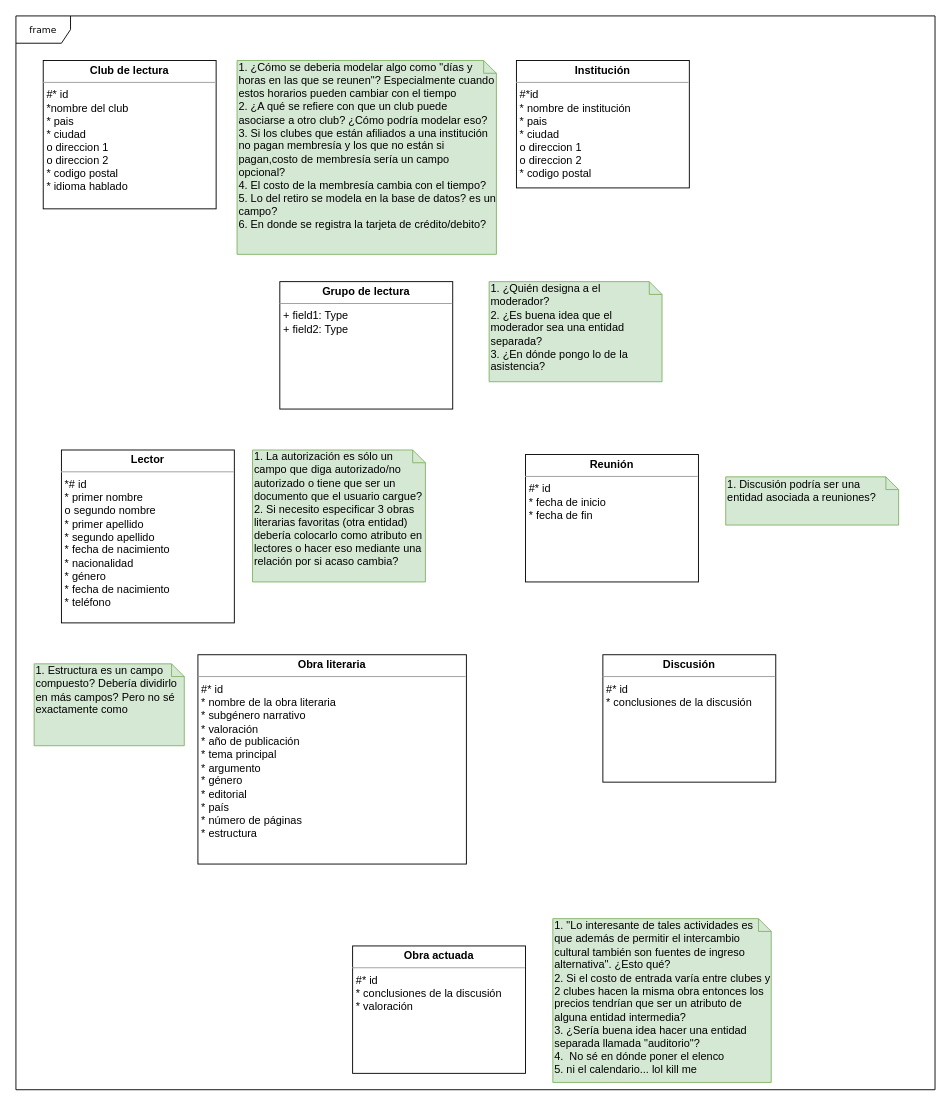
Earlier version of the draw.io diagram DB I/RC (Pseudo) Data structure.drawio (NeutronBlast/IS-Ex). Source tidied: cells renumbered, new cells numbered last; positions are measured from the earlier drawing's top-left corner, leaving out a move shared by most shapes. Both pictures are drawn from the tidied source at 91%, with x=0, y=0 at pixel (15, 15).
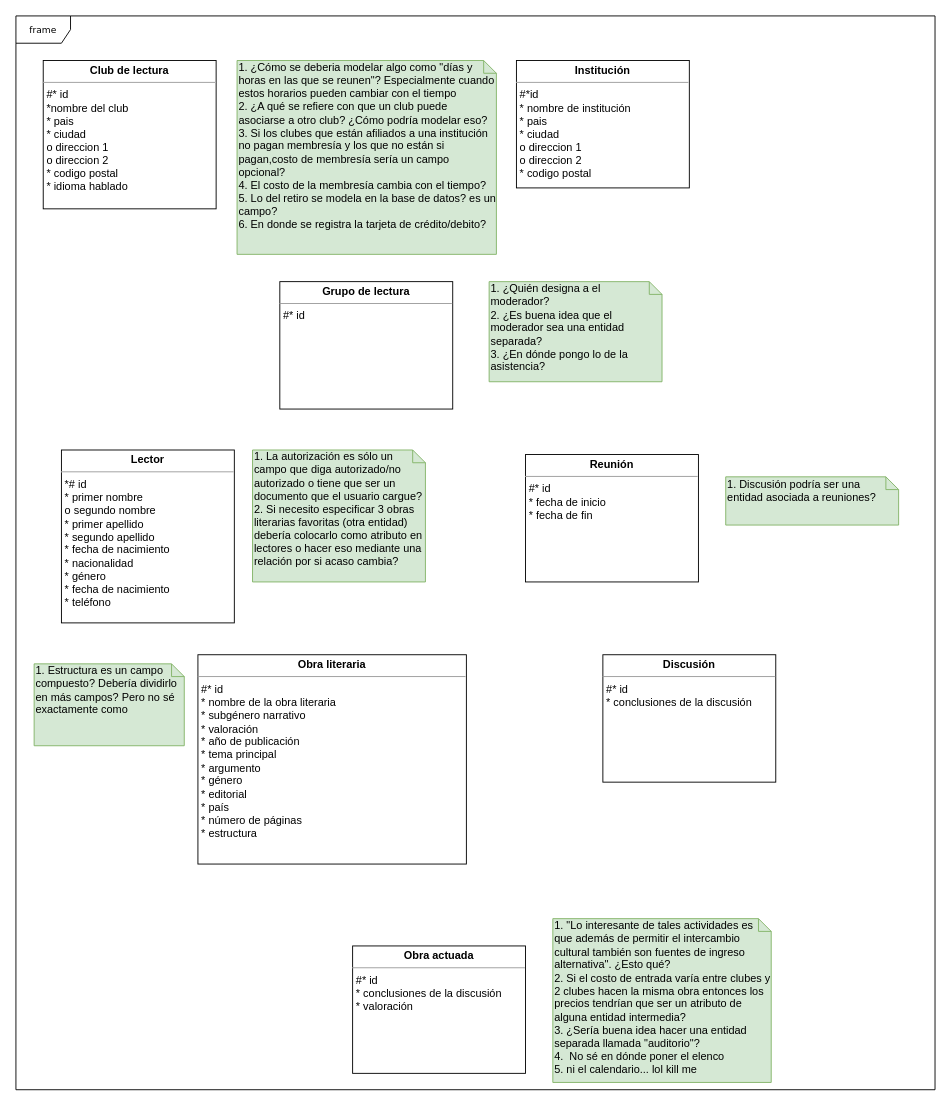
After the change.

Diff of the diagram source:
```diff
@@
 <mxGraphModel background="#ffffff">
   <root>
     <mxCell id="0" />
     <mxCell id="1" parent="0" />
     <mxCell id="2" value="frame" style="shape=umlFrame;whiteSpace=wrap;html=1;rounded=0;shadow=0;comic=0;labelBackgroundColor=none;strokeColor=#000000;strokeWidth=1;fillColor=#ffffff;fontFamily=Verdana;fontSize=10;fontColor=#000000;align=center;" parent="1" vertex="1">
       <mxGeometry width="1010" height="1180" as="geometry" />
     </mxCell>
     <mxCell id="3" value="&lt;p style=&quot;margin: 0px ; margin-top: 4px ; text-align: center&quot;&gt;&lt;b&gt;Obra literaria&lt;/b&gt;&lt;/p&gt;&lt;hr size=&quot;1&quot;&gt;&lt;p style=&quot;margin: 0px ; margin-left: 4px&quot;&gt;#* id&lt;/p&gt;&lt;p style=&quot;margin: 0px ; margin-left: 4px&quot;&gt;* nombre de la obra literaria&lt;/p&gt;&lt;p style=&quot;margin: 0px ; margin-left: 4px&quot;&gt;* subgénero narrativo&lt;/p&gt;&lt;p style=&quot;margin: 0px ; margin-left: 4px&quot;&gt;* valoración&lt;/p&gt;&lt;p style=&quot;margin: 0px ; margin-left: 4px&quot;&gt;* año de publicación&lt;/p&gt;&lt;p style=&quot;margin: 0px ; margin-left: 4px&quot;&gt;* tema principal&lt;/p&gt;&lt;p style=&quot;margin: 0px ; margin-left: 4px&quot;&gt;* argumento&lt;/p&gt;&lt;p style=&quot;margin: 0px ; margin-left: 4px&quot;&gt;* género&lt;/p&gt;&lt;p style=&quot;margin: 0px ; margin-left: 4px&quot;&gt;* editorial&lt;/p&gt;&lt;p style=&quot;margin: 0px ; margin-left: 4px&quot;&gt;* país&lt;/p&gt;&lt;p style=&quot;margin: 0px ; margin-left: 4px&quot;&gt;* número de páginas&lt;/p&gt;&lt;p style=&quot;margin: 0px ; margin-left: 4px&quot;&gt;* estructura&lt;/p&gt;" style="verticalAlign=top;align=left;overflow=fill;fontSize=12;fontFamily=Helvetica;html=1;rounded=0;shadow=0;comic=0;labelBackgroundColor=none;strokeColor=#000000;strokeWidth=1;fillColor=#ffffff;" parent="1" vertex="1">
       <mxGeometry x="200" y="702" width="295" height="230" as="geometry" />
     </mxCell>
     <mxCell id="4" value="&lt;p style=&quot;margin: 0px ; margin-top: 4px ; text-align: center&quot;&gt;&lt;b&gt;Institución&lt;/b&gt;&lt;/p&gt;&lt;hr size=&quot;1&quot;&gt;&lt;p style=&quot;margin: 0px ; margin-left: 4px&quot;&gt;#*id&amp;nbsp;&lt;/p&gt;&lt;p style=&quot;margin: 0px ; margin-left: 4px&quot;&gt;* nombre de institución&lt;/p&gt;&lt;p style=&quot;margin: 0px 0px 0px 4px&quot;&gt;* pais&lt;/p&gt;&lt;p style=&quot;margin: 0px 0px 0px 4px&quot;&gt;* ciudad&lt;/p&gt;&lt;p style=&quot;margin: 0px 0px 0px 4px&quot;&gt;o direccion 1&lt;/p&gt;&lt;p style=&quot;margin: 0px 0px 0px 4px&quot;&gt;o direccion 2&lt;/p&gt;&lt;p style=&quot;margin: 0px 0px 0px 4px&quot;&gt;* codigo postal&lt;/p&gt;" style="verticalAlign=top;align=left;overflow=fill;fontSize=12;fontFamily=Helvetica;html=1;rounded=0;shadow=0;comic=0;labelBackgroundColor=none;strokeColor=#000000;strokeWidth=1;fillColor=#ffffff;" parent="1" vertex="1">
       <mxGeometry x="550" y="49" width="190" height="140" as="geometry" />
     </mxCell>
     <mxCell id="5" value="&lt;p style=&quot;margin: 0px ; margin-top: 4px ; text-align: center&quot;&gt;&lt;b&gt;Reunión&lt;/b&gt;&lt;/p&gt;&lt;hr size=&quot;1&quot;&gt;&lt;p style=&quot;margin: 0px ; margin-left: 4px&quot;&gt;#* id&lt;/p&gt;&lt;p style=&quot;margin: 0px ; margin-left: 4px&quot;&gt;* fecha de inicio&lt;/p&gt;&lt;p style=&quot;margin: 0px ; margin-left: 4px&quot;&gt;* fecha de fin&lt;/p&gt;" style="verticalAlign=top;align=left;overflow=fill;fontSize=12;fontFamily=Helvetica;html=1;rounded=0;shadow=0;comic=0;labelBackgroundColor=none;strokeColor=#000000;strokeWidth=1;fillColor=#ffffff;" parent="1" vertex="1">
       <mxGeometry x="560" y="482" width="190" height="140" as="geometry" />
     </mxCell>
     <mxCell id="6" value="&lt;p style=&quot;margin: 0px ; margin-top: 4px ; text-align: center&quot;&gt;&lt;b&gt;Club de lectura&lt;/b&gt;&lt;/p&gt;&lt;hr size=&quot;1&quot;&gt;&lt;p style=&quot;margin: 0px ; margin-left: 4px&quot;&gt;#* id&lt;/p&gt;&lt;p style=&quot;margin: 0px ; margin-left: 4px&quot;&gt;*nombre del club&lt;/p&gt;&lt;p style=&quot;margin: 0px ; margin-left: 4px&quot;&gt;* pais&lt;/p&gt;&lt;p style=&quot;margin: 0px ; margin-left: 4px&quot;&gt;* ciudad&lt;/p&gt;&lt;p style=&quot;margin: 0px ; margin-left: 4px&quot;&gt;o direccion 1&lt;/p&gt;&lt;p style=&quot;margin: 0px ; margin-left: 4px&quot;&gt;o direccion 2&lt;/p&gt;&lt;p style=&quot;margin: 0px ; margin-left: 4px&quot;&gt;* codigo postal&lt;/p&gt;&lt;p style=&quot;margin: 0px ; margin-left: 4px&quot;&gt;* idioma hablado&lt;/p&gt;&lt;p style=&quot;margin: 0px ; margin-left: 4px&quot;&gt;&lt;br&gt;&lt;/p&gt;" style="verticalAlign=top;align=left;overflow=fill;fontSize=12;fontFamily=Helvetica;html=1;rounded=0;shadow=0;comic=0;labelBackgroundColor=none;strokeColor=#000000;strokeWidth=1;fillColor=#ffffff;" parent="1" vertex="1">
       <mxGeometry x="30" y="49" width="190" height="163" as="geometry" />
     </mxCell>
     <mxCell id="7" value="&lt;p style=&quot;margin: 0px ; margin-top: 4px ; text-align: center&quot;&gt;&lt;b&gt;Lector&lt;/b&gt;&lt;/p&gt;&lt;hr size=&quot;1&quot;&gt;&lt;p style=&quot;margin: 0px ; margin-left: 4px&quot;&gt;*# id&lt;/p&gt;&lt;p style=&quot;margin: 0px ; margin-left: 4px&quot;&gt;* primer nombre&lt;/p&gt;&lt;p style=&quot;margin: 0px ; margin-left: 4px&quot;&gt;o segundo nombre&lt;/p&gt;&lt;p style=&quot;margin: 0px ; margin-left: 4px&quot;&gt;* primer apellido&lt;/p&gt;&lt;p style=&quot;margin: 0px ; margin-left: 4px&quot;&gt;* segundo apellido&lt;/p&gt;&lt;p style=&quot;margin: 0px ; margin-left: 4px&quot;&gt;* fecha de nacimiento&lt;/p&gt;&lt;p style=&quot;margin: 0px ; margin-left: 4px&quot;&gt;* nacionalidad&lt;/p&gt;&lt;p style=&quot;margin: 0px ; margin-left: 4px&quot;&gt;* género&lt;/p&gt;&lt;p style=&quot;margin: 0px ; margin-left: 4px&quot;&gt;* fecha de nacimiento&lt;/p&gt;&lt;p style=&quot;margin: 0px ; margin-left: 4px&quot;&gt;* teléfono&lt;/p&gt;" style="verticalAlign=top;align=left;overflow=fill;fontSize=12;fontFamily=Helvetica;html=1;rounded=0;shadow=0;comic=0;labelBackgroundColor=none;strokeColor=#000000;strokeWidth=1;fillColor=#ffffff;" parent="1" vertex="1">
       <mxGeometry x="50" y="477" width="190" height="190" as="geometry" />
     </mxCell>
-    <mxCell id="8" value="&lt;p style=&quot;margin: 0px ; margin-top: 4px ; text-align: center&quot;&gt;&lt;b&gt;Grupo de lectura&lt;/b&gt;&lt;/p&gt;&lt;hr size=&quot;1&quot;&gt;&lt;p style=&quot;margin: 0px ; margin-left: 4px&quot;&gt;+ field1: Type&lt;br&gt;+ field2: Type&lt;/p&gt;" style="verticalAlign=top;align=left;overflow=fill;fontSize=12;fontFamily=Helvetica;html=1;rounded=0;shadow=0;comic=0;labelBackgroundColor=none;strokeColor=#000000;strokeWidth=1;fillColor=#ffffff;" parent="1" vertex="1">
+    <mxCell id="8" value="&lt;p style=&quot;margin: 0px ; margin-top: 4px ; text-align: center&quot;&gt;&lt;b&gt;Grupo de lectura&lt;/b&gt;&lt;/p&gt;&lt;hr size=&quot;1&quot;&gt;&lt;p style=&quot;margin: 0px ; margin-left: 4px&quot;&gt;#* id&lt;/p&gt;" style="verticalAlign=top;align=left;overflow=fill;fontSize=12;fontFamily=Helvetica;html=1;rounded=0;shadow=0;comic=0;labelBackgroundColor=none;strokeColor=#000000;strokeWidth=1;fillColor=#ffffff;" parent="1" vertex="1">
       <mxGeometry x="290" y="292" width="190" height="140" as="geometry" />
     </mxCell>
     <mxCell id="9" value="1. ¿Cómo se deberia modelar algo como &quot;días y horas en las que se reunen&quot;? Especialmente cuando estos horarios pueden cambiar con el tiempo&lt;br&gt;2. ¿A qué se refiere con que un club puede asociarse a otro club? ¿Cómo podría modelar eso?&lt;br&gt;3. Si los clubes que están afiliados a una institución no pagan membresía y los que no están si pagan,costo de membresía sería un campo opcional?&lt;br&gt;4. El costo de la membresía cambia con el tiempo?&lt;br&gt;5. Lo del retiro se modela en la base de datos? es un campo?&lt;br&gt;6. En donde se registra la tarjeta de crédito/debito?" style="shape=note;whiteSpace=wrap;html=1;size=14;verticalAlign=top;align=left;spacingTop=-6;fillColor=#d5e8d4;strokeColor=#82b366;" parent="1" vertex="1">
       <mxGeometry x="243" y="49" width="285" height="213" as="geometry" />
     </mxCell>
     <mxCell id="10" value="1. La autorización es sólo un campo que diga autorizado/no autorizado o tiene que ser un documento que el usuario cargue?&lt;br&gt;2. Si necesito especificar 3 obras literarias favoritas (otra entidad) debería colocarlo como atributo en lectores o hacer eso mediante una relación por si acaso cambia?" style="shape=note;whiteSpace=wrap;html=1;size=14;verticalAlign=top;align=left;spacingTop=-6;fillColor=#d5e8d4;strokeColor=#82b366;" parent="1" vertex="1">
       <mxGeometry x="260" y="477" width="190" height="145" as="geometry" />
     </mxCell>
     <mxCell id="11" value="1. ¿Quién designa a el moderador?&lt;br&gt;2. ¿Es buena idea que el moderador sea una entidad separada?&lt;br&gt;3. ¿En dónde pongo lo de la asistencia?" style="shape=note;whiteSpace=wrap;html=1;size=14;verticalAlign=top;align=left;spacingTop=-6;fillColor=#d5e8d4;strokeColor=#82b366;" parent="1" vertex="1">
       <mxGeometry x="520" y="292" width="190" height="110" as="geometry" />
     </mxCell>
     <mxCell id="12" value="1. Discusión podría ser una entidad asociada a reuniones?" style="shape=note;whiteSpace=wrap;html=1;size=14;verticalAlign=top;align=left;spacingTop=-6;fillColor=#d5e8d4;strokeColor=#82b366;" parent="1" vertex="1">
       <mxGeometry x="780" y="506.5" width="190" height="53" as="geometry" />
     </mxCell>
     <mxCell id="13" value="&lt;p style=&quot;margin: 0px ; margin-top: 4px ; text-align: center&quot;&gt;&lt;b&gt;Discusión&lt;/b&gt;&lt;/p&gt;&lt;hr size=&quot;1&quot;&gt;&lt;p style=&quot;margin: 0px ; margin-left: 4px&quot;&gt;#* id&lt;/p&gt;&lt;p style=&quot;margin: 0px ; margin-left: 4px&quot;&gt;* conclusiones de la discusión&lt;/p&gt;" style="verticalAlign=top;align=left;overflow=fill;fontSize=12;fontFamily=Helvetica;html=1;rounded=0;shadow=0;comic=0;labelBackgroundColor=none;strokeColor=#000000;strokeWidth=1;fillColor=#ffffff;" parent="1" vertex="1">
       <mxGeometry x="645" y="702" width="190" height="140" as="geometry" />
     </mxCell>
     <mxCell id="14" value="1. Estructura es un campo compuesto? Debería dividirlo en más campos? Pero no sé exactamente como&amp;nbsp;" style="shape=note;whiteSpace=wrap;html=1;size=14;verticalAlign=top;align=left;spacingTop=-6;fillColor=#d5e8d4;strokeColor=#82b366;" parent="1" vertex="1">
       <mxGeometry x="20" y="712" width="165" height="90" as="geometry" />
     </mxCell>
     <mxCell id="15" value="&lt;p style=&quot;margin: 0px ; margin-top: 4px ; text-align: center&quot;&gt;&lt;b&gt;Obra actuada&lt;/b&gt;&lt;/p&gt;&lt;hr size=&quot;1&quot;&gt;&lt;p style=&quot;margin: 0px ; margin-left: 4px&quot;&gt;#* id&lt;/p&gt;&lt;p style=&quot;margin: 0px ; margin-left: 4px&quot;&gt;* conclusiones de la discusión&lt;/p&gt;&lt;p style=&quot;margin: 0px ; margin-left: 4px&quot;&gt;* valoración&lt;/p&gt;" style="verticalAlign=top;align=left;overflow=fill;fontSize=12;fontFamily=Helvetica;html=1;rounded=0;shadow=0;comic=0;labelBackgroundColor=none;strokeColor=#000000;strokeWidth=1;fillColor=#ffffff;" parent="1" vertex="1">
       <mxGeometry x="370" y="1022" width="190" height="140" as="geometry" />
     </mxCell>
     <mxCell id="16" value="1. &quot;Lo interesante de tales actividades es que además de permitir el intercambio cultural también son fuentes de ingreso alternativa&quot;. ¿Esto qué?&lt;br&gt;2. Si el costo de entrada varía entre clubes y 2 clubes hacen la misma obra entonces los precios tendrían que ser un atributo de alguna entidad intermedia?&lt;br&gt;3. ¿Sería buena idea hacer una entidad separada llamada &quot;auditorio&quot;?&lt;br&gt;4.&amp;nbsp; No sé en dónde poner el elenco&lt;br&gt;5. ni el calendario... lol kill me" style="shape=note;whiteSpace=wrap;html=1;size=14;verticalAlign=top;align=left;spacingTop=-6;fillColor=#d5e8d4;strokeColor=#82b366;" parent="1" vertex="1">
       <mxGeometry x="590" y="992" width="240" height="180" as="geometry" />
     </mxCell>
   </root>
 </mxGraphModel>
```
